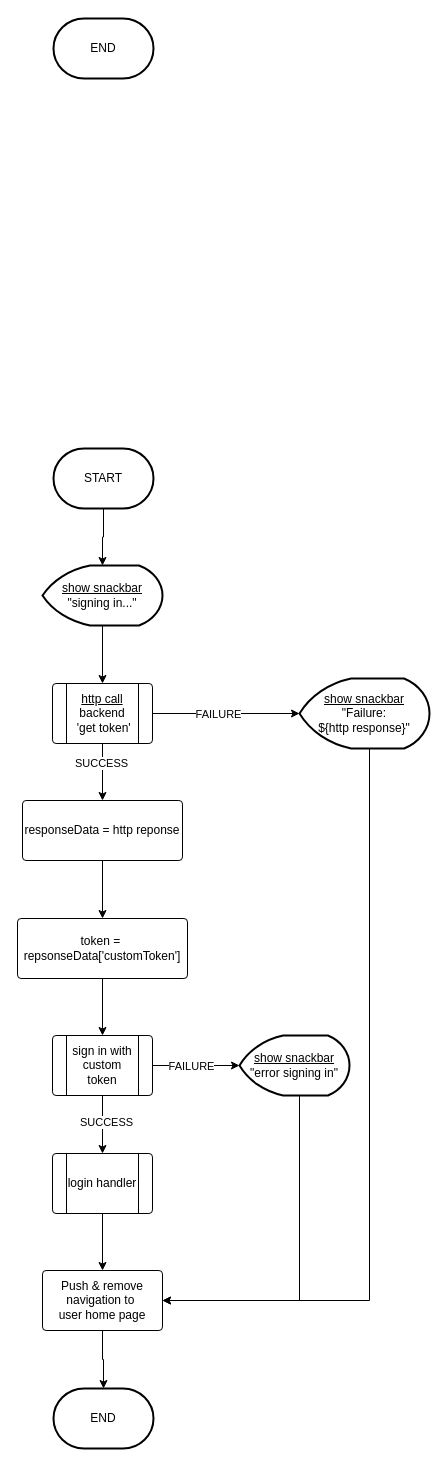
The draw.io diagram uid-signin-flowchart.drawio in 19MAsciamprener/compSci-NEA-repo, before the edit. Source tidied: cells renumbered, new cells numbered last; positions are measured from the earlier drawing's top-left corner, leaving out a move shared by most shapes. Both pictures are drawn from the tidied source at 100%, with x=0, y=0 at pixel (17, 18).
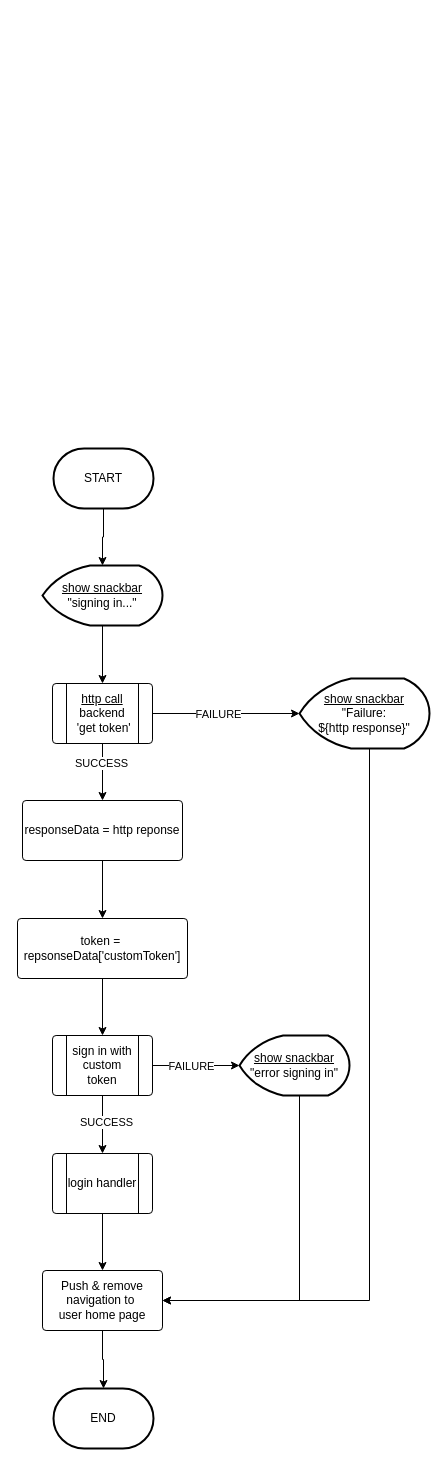
The same page after the edit.

The edit, as a diff of the source:
```diff
@@
-    <mxCell id="27" value="END" style="strokeWidth=2;html=1;shape=mxgraph.flowchart.terminator;whiteSpace=wrap;" parent="1" vertex="1">
-      <mxGeometry x="36" width="100" height="60" as="geometry" />
-    </mxCell>
```
